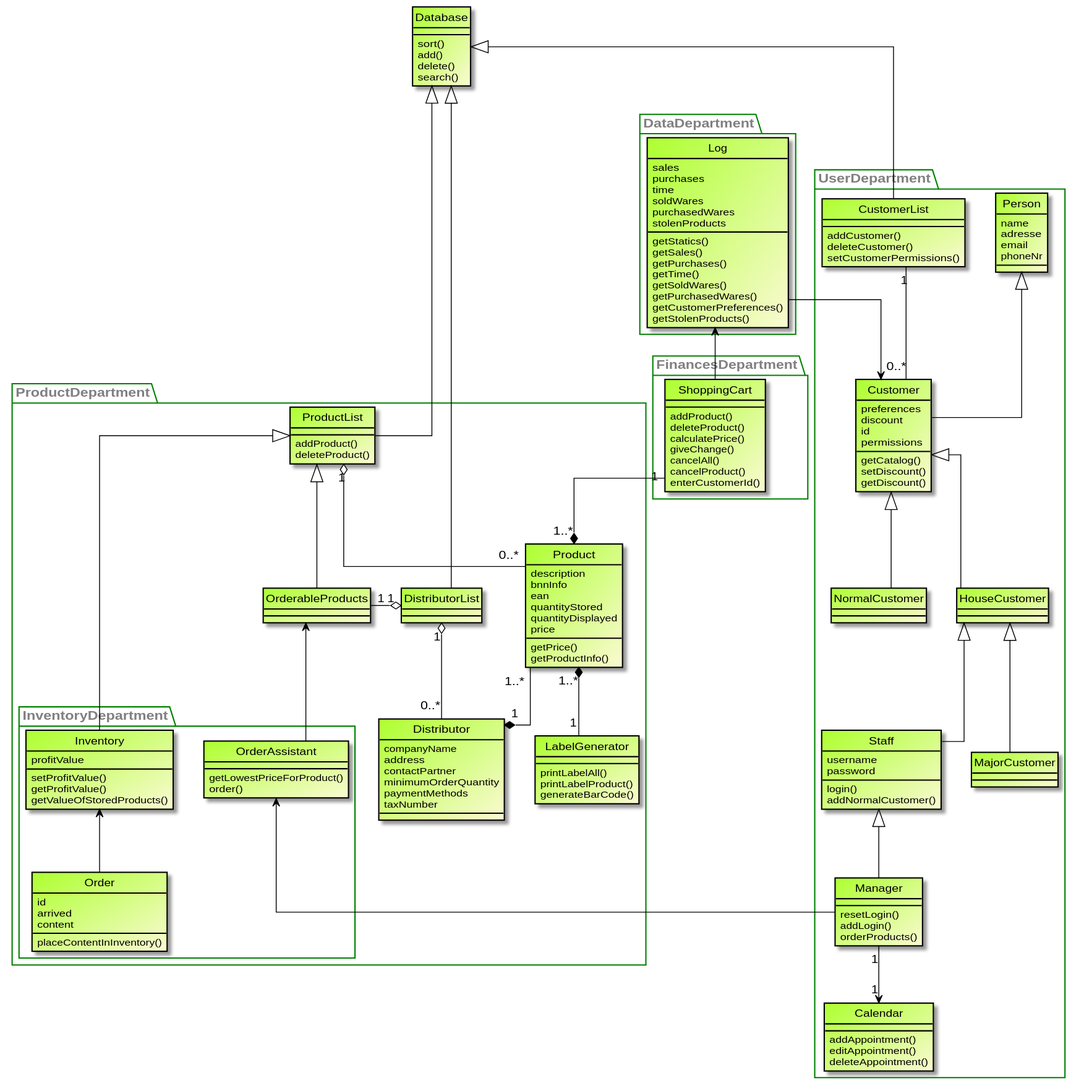
Above: src/main/asciidoc/models/analysis/ClassAnalysisDiagram.svg in LimitlessGreen/swt18w43 (PlantUML), before the change.
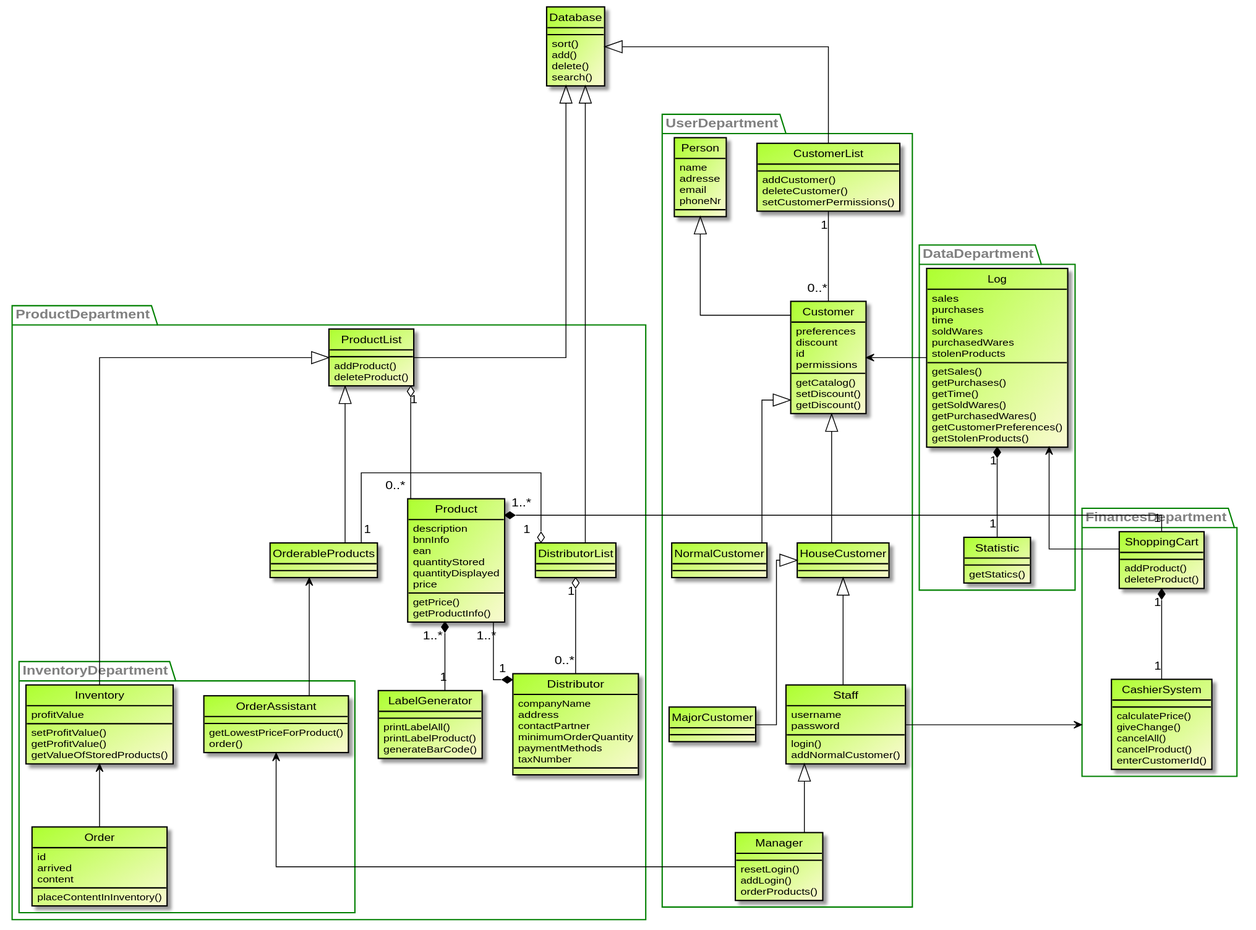
The same file after the commit.

Change to the diagram source:
```diff
@@ -74,19 +74,13 @@
     addNormalCustomer()
 }
 
-Manager "1" --> "1" Calendar
+
 CustomerList "1" -- "0..*" Customer
 Database ^-- CustomerList
 
+Staff --> FinancesDepartment
+
 }
-
-
-class Calendar{
-    addAppointment()
-    editAppointment()
-    deleteAppointment()
-}
-
 
 
 
@@ -193,7 +187,7 @@
         purchasedWares
         stolenProducts
 
-        getStatics()
+
         getSales()
         getPurchases()
         getTime()
@@ -203,7 +197,11 @@
         getStolenProducts()
     }
 
+    class Statistic{
+        getStatics()
+    }
 
+    Log "1" *-- "1" Statistic
     Log -right-> Customer
 
 
@@ -215,6 +213,10 @@
     class ShoppingCart{
         addProduct()
         deleteProduct()
+
+    }
+
+    class CashierSystem{
         calculatePrice()
         giveChange()
         cancelAll()
@@ -224,6 +226,8 @@
 
     Log <-- ShoppingCart
 
+    ShoppingCart "1" *-- "1" CashierSystem
+
     ShoppingCart "1" --* "1..*" Product
 
 
```
